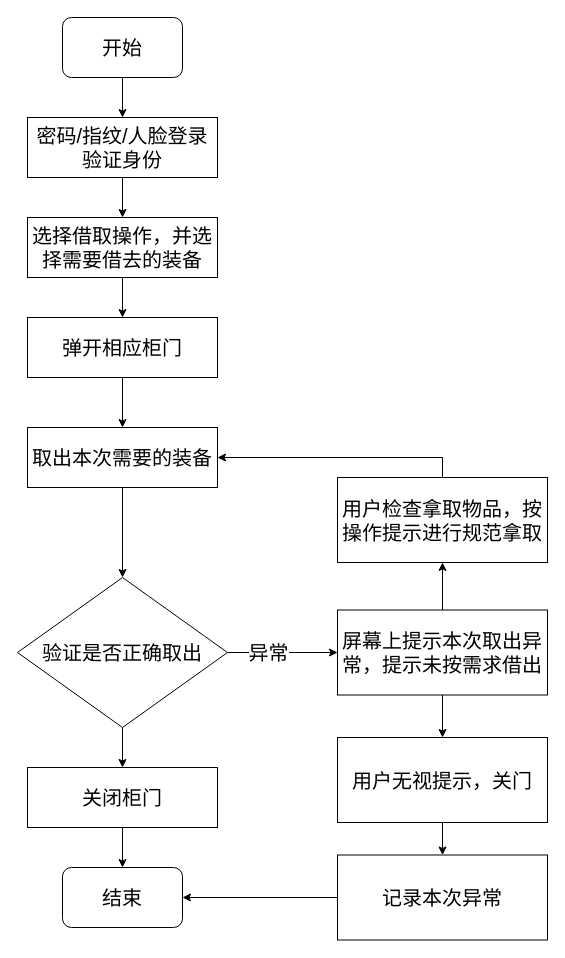
The draw.io diagram 警用柜借用流程.drawio in captain188/draw.io, before the edit. Source tidied: cells renumbered, new cells numbered last; positions are measured from the earlier drawing's top-left corner, leaving out a move shared by most shapes. Both pictures are drawn from the tidied source at 100%, with x=0, y=0 at pixel (17, 17).
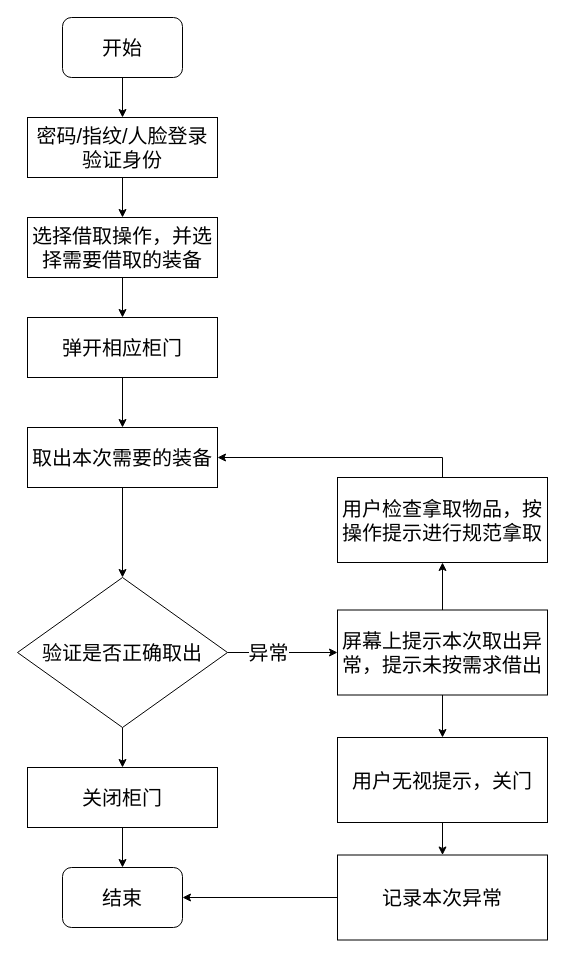
Above is the later version.

Commit message (it also covers changes not shown here):
更新警用柜借用流程.drawio

The edit, as a diff of the source:
```diff
@@
-    <mxCell id="7" value="&lt;span style=&quot;font-size: 20px;&quot;&gt;选择借取操作，并选择需要借去的装备&lt;/span&gt;" style="rounded=0;whiteSpace=wrap;html=1;" parent="1" vertex="1">
+    <mxCell id="7" value="&lt;span style=&quot;font-size: 20px;&quot;&gt;选择借取操作，并选择需要借取的装备&lt;/span&gt;" style="rounded=0;whiteSpace=wrap;html=1;" parent="1" vertex="1">
       <mxGeometry x="10" y="200" width="190" height="60" as="geometry" />
     </mxCell>
```
